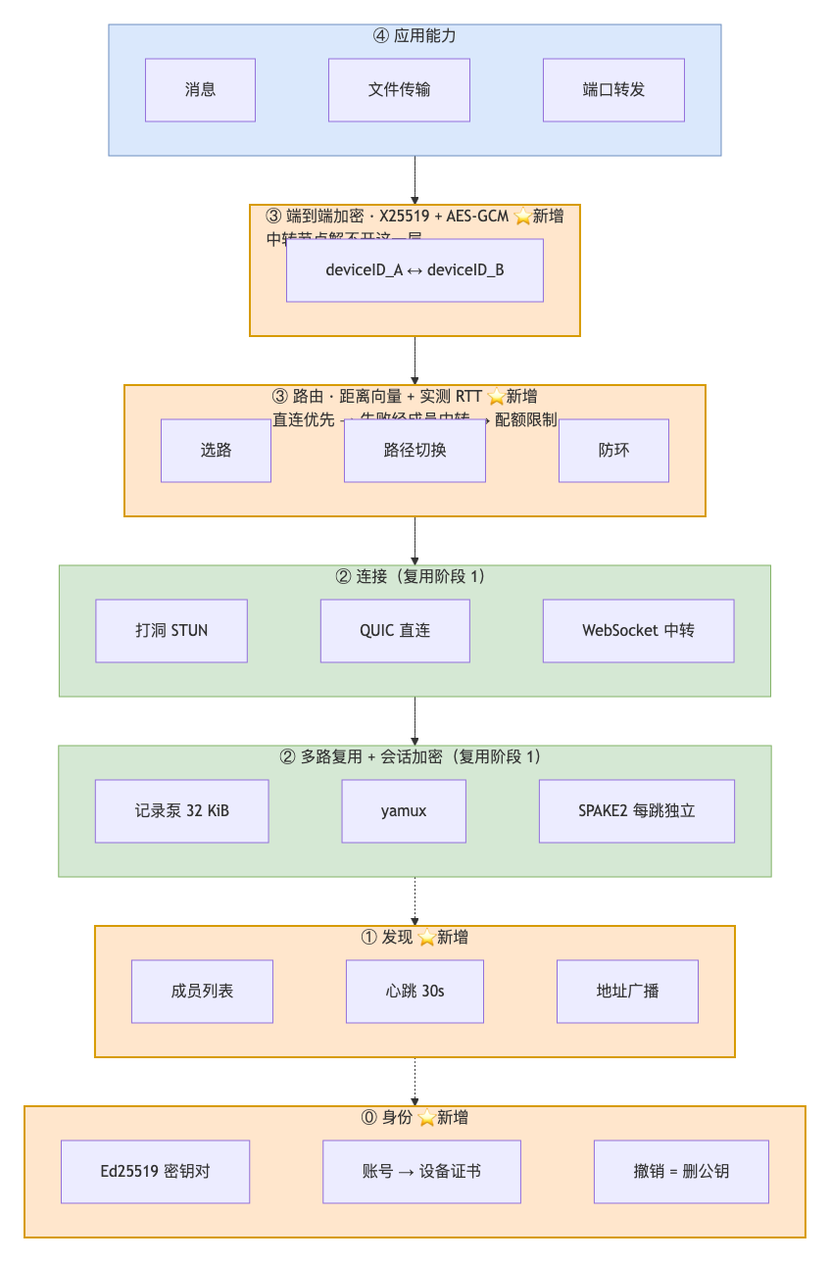
Above: docs/diagrams/stack.png in muzimu217/container-mesh (Mermaid), before the change. Its source is kept beside it as docs/diagrams/stack.mmd. Source of this version:
```mermaid
flowchart TB
    subgraph L4["④ 应用能力"]
        direction LR
        A1["消息"] ~~~ A2["文件传输"] ~~~ A3["端口转发"]
    end
    subgraph L3["③ 端到端加密 · X25519 + AES-GCM ⭐新增<br/>中转节点解不开这一层"]
        direction LR
        E1["deviceID_A ↔ deviceID_B"]
    end
    subgraph L2["③ 路由 · 距离向量 + 实测 RTT ⭐新增<br/>直连优先 → 失败经成员中转 → 配额限制"]
        direction LR
        R1["选路"] ~~~ R2["路径切换"] ~~~ R3["防环"]
    end
    subgraph L1["② 连接（复用阶段 1）"]
        direction LR
        C1["打洞 STUN"] ~~~ C2["QUIC 直连"] ~~~ C3["WebSocket 中转"]
    end
    subgraph L0["② 多路复用 + 会话加密（复用阶段 1）"]
        direction LR
        M1["记录泵 32 KiB"] ~~~ M2["yamux"] ~~~ M3["SPAKE2 每跳独立"]
    end
    subgraph LA["① 发现 ⭐新增"]
        direction LR
        D1["成员列表"] ~~~ D2["心跳 30s"] ~~~ D3["地址广播"]
    end
    subgraph LB["⓪ 身份 ⭐新增"]
        direction LR
        I1["Ed25519 密钥对"] ~~~ I2["账号 → 设备证书"] ~~~ I3["撤销 = 删公钥"]
    end

    L4 --> L3 --> L2 --> L1 --> L0
    L0 -.-> LA -.-> LB

    style L3 fill:#ffe6cc,stroke:#d79b00,stroke-width:2px
    style L2 fill:#ffe6cc,stroke:#d79b00,stroke-width:2px
    style LA fill:#ffe6cc,stroke:#d79b00,stroke-width:2px
    style LB fill:#ffe6cc,stroke:#d79b00,stroke-width:2px
    style L1 fill:#d5e8d4,stroke:#82b366
    style L0 fill:#d5e8d4,stroke:#82b366
    style L4 fill:#dae8fc,stroke:#6c8ebf
```
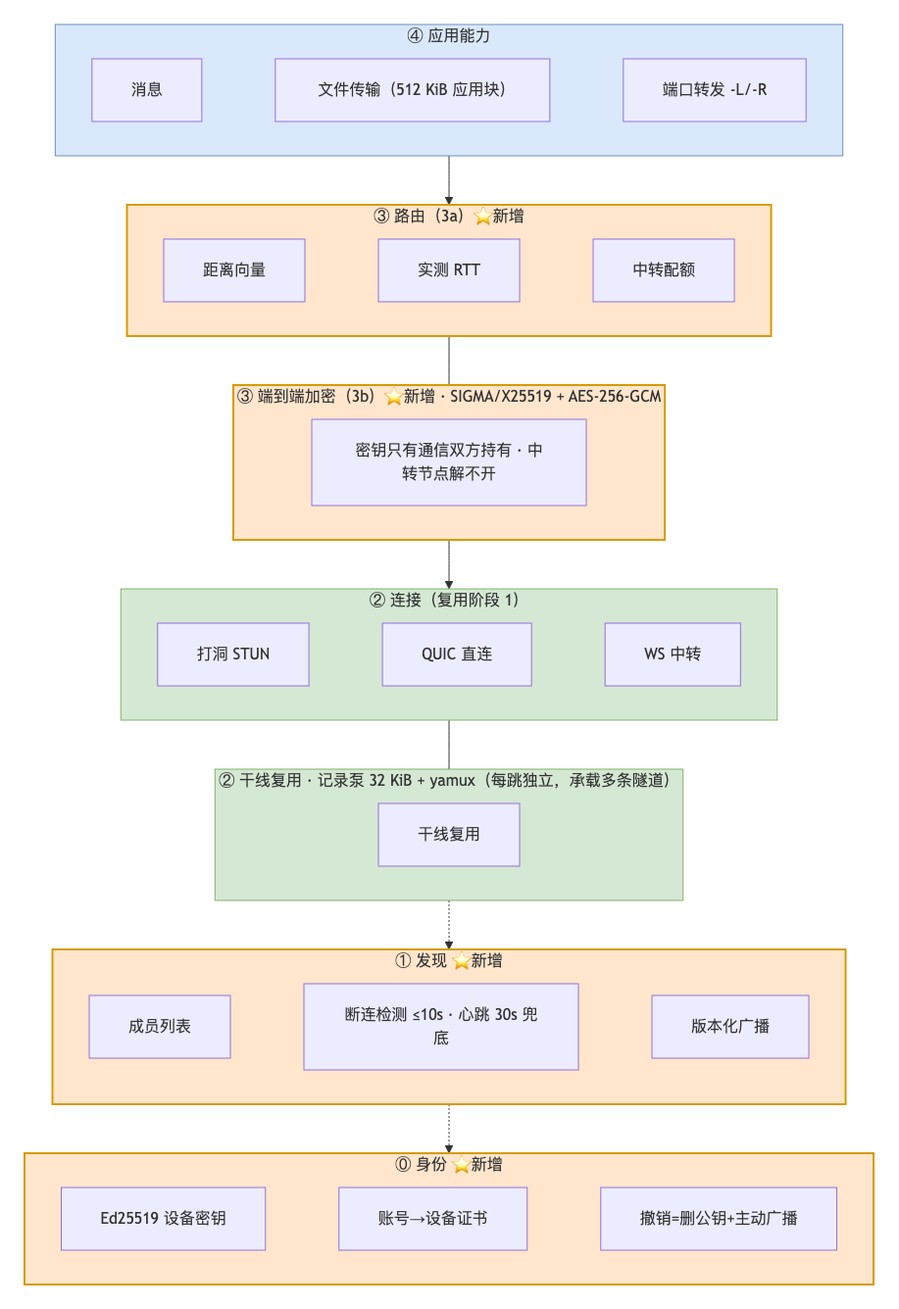
Above is the later version.

Diff of the diagram source:
```diff
@@ -1,40 +1,42 @@
 flowchart TB
     subgraph L4["④ 应用能力"]
         direction LR
-        A1["消息"] ~~~ A2["文件传输"] ~~~ A3["端口转发"]
+        A1["消息"] ~~~ A2["文件传输（512 KiB 应用块）"] ~~~ A3["端口转发 -L/-R"]
     end
-    subgraph L3["③ 端到端加密 · X25519 + AES-GCM ⭐新增<br/>中转节点解不开这一层"]
+    subgraph L3a["③ 路由（3a）⭐新增"]
         direction LR
-        E1["deviceID_A ↔ deviceID_B"]
+        R1["距离向量"] ~~~ R2["实测 RTT"] ~~~ R3["中转配额"]
     end
-    subgraph L2["③ 路由 · 距离向量 + 实测 RTT ⭐新增<br/>直连优先 → 失败经成员中转 → 配额限制"]
+    subgraph L3b["③ 端到端加密（3b）⭐新增 · SIGMA/X25519 + AES-256-GCM"]
+        E1["密钥只有通信双方持有 · 中转节点解不开"]
+    end
+    subgraph L2["② 连接（复用阶段 1）"]
         direction LR
-        R1["选路"] ~~~ R2["路径切换"] ~~~ R3["防环"]
+        C1["打洞 STUN"] ~~~ C2["QUIC 直连"] ~~~ C3["WS 中转"]
     end
-    subgraph L1["② 连接（复用阶段 1）"]
+    subgraph L2m["② 干线复用 · 记录泵 32 KiB + yamux（每跳独立，承载多条隧道）"]
+        M1["干线复用"]
+    end
+    subgraph L1["① 发现 ⭐新增"]
         direction LR
-        C1["打洞 STUN"] ~~~ C2["QUIC 直连"] ~~~ C3["WebSocket 中转"]
+        D1["成员列表"] ~~~ D2["断连检测 ≤10s · 心跳 30s 兜底"] ~~~ D3["版本化广播"]
     end
-    subgraph L0["② 多路复用 + 会话加密（复用阶段 1）"]
+    subgraph L0["⓪ 身份 ⭐新增"]
         direction LR
-        M1["记录泵 32 KiB"] ~~~ M2["yamux"] ~~~ M3["SPAKE2 每跳独立"]
-    end
-    subgraph LA["① 发现 ⭐新增"]
-        direction LR
-        D1["成员列表"] ~~~ D2["心跳 30s"] ~~~ D3["地址广播"]
-    end
-    subgraph LB["⓪ 身份 ⭐新增"]
-        direction LR
-        I1["Ed25519 密钥对"] ~~~ I2["账号 → 设备证书"] ~~~ I3["撤销 = 删公钥"]
+        I1["Ed25519 设备密钥"] ~~~ I2["账号→设备证书"] ~~~ I3["撤销=删公钥+主动广播"]
     end
 
-    L4 --> L3 --> L2 --> L1 --> L0
-    L0 -.-> LA -.-> LB
+    L4 --> L3a
+    L3a --- L3b
+    L3b --> L2
+    L2 --- L2m
+    L2m -.-> L1
+    L1 -.-> L0
 
-    style L3 fill:#ffe6cc,stroke:#d79b00,stroke-width:2px
-    style L2 fill:#ffe6cc,stroke:#d79b00,stroke-width:2px
-    style LA fill:#ffe6cc,stroke:#d79b00,stroke-width:2px
-    style LB fill:#ffe6cc,stroke:#d79b00,stroke-width:2px
-    style L1 fill:#d5e8d4,stroke:#82b366
-    style L0 fill:#d5e8d4,stroke:#82b366
+    style L3a fill:#ffe6cc,stroke:#d79b00,stroke-width:2px
+    style L3b fill:#ffe6cc,stroke:#d79b00,stroke-width:2px
+    style L1 fill:#ffe6cc,stroke:#d79b00,stroke-width:2px
+    style L0 fill:#ffe6cc,stroke:#d79b00,stroke-width:2px
+    style L2 fill:#d5e8d4,stroke:#82b366
+    style L2m fill:#d5e8d4,stroke:#82b366
     style L4 fill:#dae8fc,stroke:#6c8ebf
```
